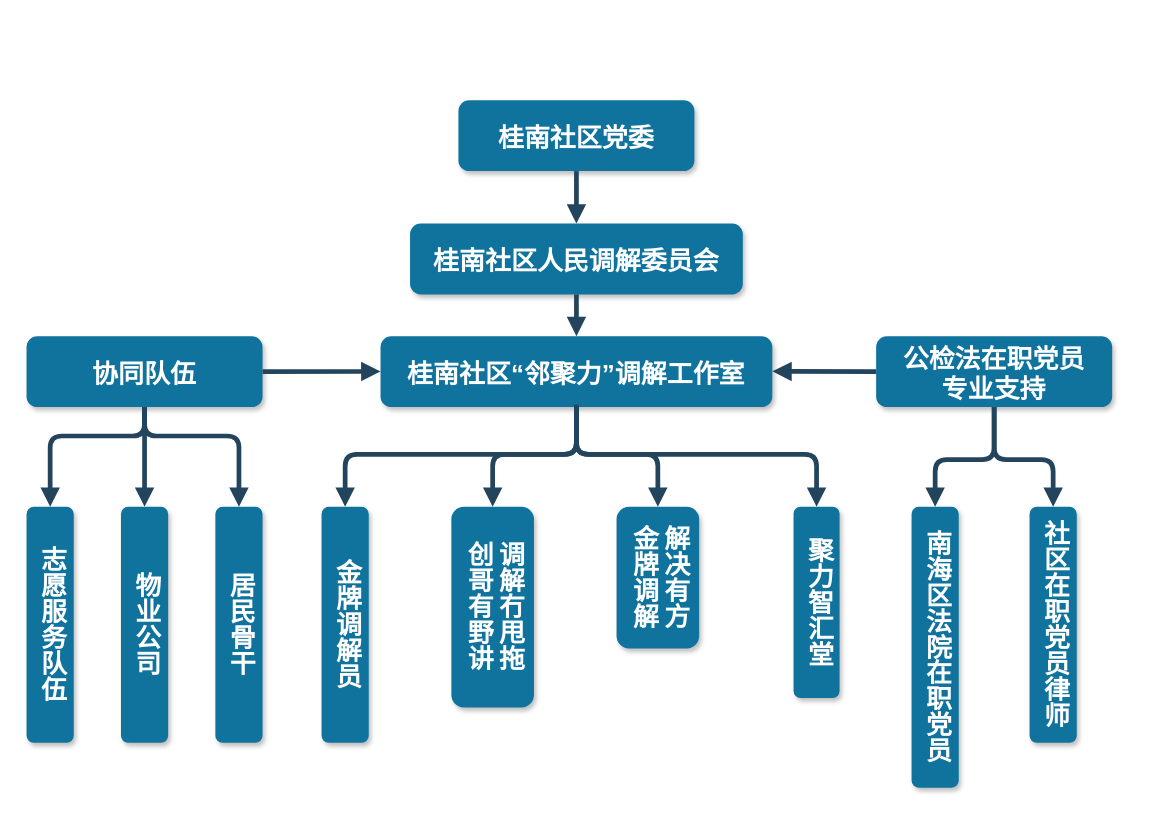
Earlier version of the draw.io diagram 组织架构图.drawio (kagamiharayouko/kagamiharayouko). Source tidied: cells renumbered, new cells numbered last; positions are measured from the earlier drawing's top-left corner, leaving out a move shared by most shapes. Both pictures are drawn from the tidied source at 118%, with x=0, y=0 at pixel (26, 100).
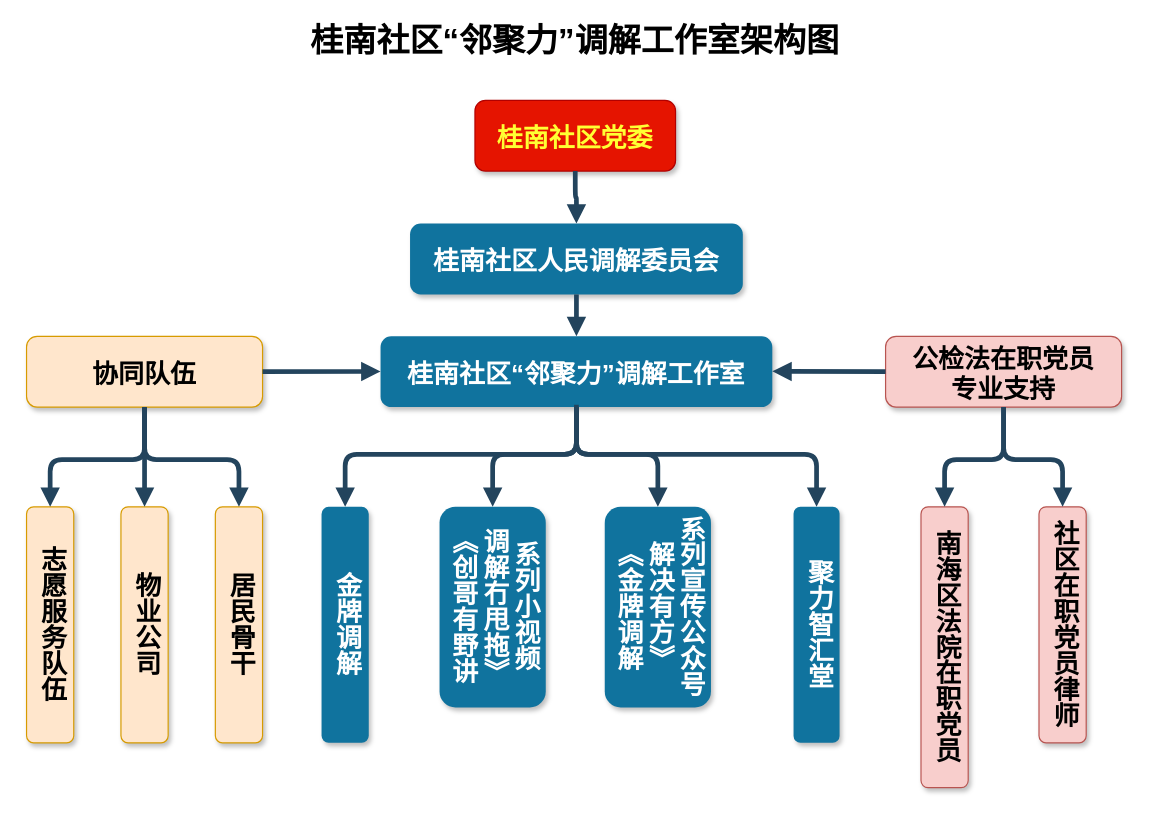
After the change.

Commit message:
更新组织架构图.drawio

The edit, as a diff of the source:
```diff
@@
-    <mxCell id="2" value="桂南社区党委" style="rounded=1;fillColor=#10739E;strokeColor=none;shadow=1;gradientColor=none;fontStyle=1;fontColor=#FFFFFF;fontSize=22;" parent="1" vertex="1">
-      <mxGeometry x="366" y="-0.5" width="200" height="60" as="geometry" />
+    <mxCell id="2" value="桂南社区党委" style="rounded=1;fillColor=#e51400;strokeColor=#B20000;shadow=1;fontStyle=1;fontColor=#FFFF33;fontSize=22;" parent="1" vertex="1">
+      <mxGeometry x="380" y="-0.5" width="170" height="60" as="geometry" />
     </mxCell>
@@
-    <mxCell id="5" value="公检法在职党员&#10;专业支持" style="rounded=1;fillColor=#10739E;strokeColor=none;shadow=1;gradientColor=none;fontStyle=1;fontColor=#FFFFFF;fontSize=22;" parent="1" vertex="1">
-      <mxGeometry x="720" y="199.5" width="200" height="60" as="geometry" />
+    <mxCell id="5" value="公检法在职党员&#10;专业支持" style="rounded=1;fillColor=#f8cecc;strokeColor=#b85450;shadow=1;fontStyle=1;fontSize=22;" parent="1" vertex="1">
+      <mxGeometry x="728" y="199.5" width="200" height="60" as="geometry" />
     </mxCell>
-    <mxCell id="6" value="金牌调解员" style="rounded=1;fillColor=#10739E;strokeColor=none;shadow=1;gradientColor=none;fontStyle=1;fontColor=#FFFFFF;fontSize=22;direction=south;horizontal=1;whiteSpace=wrap;textDirection=vertical-lr;" parent="1" vertex="1">
+    <mxCell id="6" value="金牌调解" style="rounded=1;fillColor=#10739E;strokeColor=none;shadow=1;gradientColor=none;fontStyle=1;fontColor=#FFFFFF;fontSize=22;direction=south;horizontal=1;whiteSpace=wrap;textDirection=vertical-lr;" parent="1" vertex="1">
       <mxGeometry x="250" y="344" width="40" height="200" as="geometry" />
     </mxCell>
-    <mxCell id="7" value="创哥有野讲&#10;调解冇甩拖" style="rounded=1;fillColor=#10739E;strokeColor=none;shadow=1;gradientColor=none;fontStyle=1;fontColor=#FFFFFF;fontSize=22;direction=south;whiteSpace=wrap;textDirection=vertical-lr;" parent="1" vertex="1">
-      <mxGeometry x="360" y="344" width="70" height="170" as="geometry" />
+    <mxCell id="7" value="《创哥有野讲&#10;调解冇甩拖》&#10;系列小视频" style="rounded=1;fillColor=#10739E;strokeColor=none;shadow=1;gradientColor=none;fontStyle=1;fontColor=#FFFFFF;fontSize=22;direction=south;whiteSpace=wrap;textDirection=vertical-lr;" parent="1" vertex="1">
+      <mxGeometry x="350" y="344" width="90" height="170" as="geometry" />
     </mxCell>
-    <mxCell id="8" value="金牌调解&#10;解决有方" style="rounded=1;fillColor=#10739E;strokeColor=none;shadow=1;gradientColor=none;fontStyle=1;fontColor=#FFFFFF;fontSize=22;direction=south;whiteSpace=wrap;textDirection=vertical-lr;" parent="1" vertex="1">
-      <mxGeometry x="500" y="344" width="70" height="120" as="geometry" />
+    <mxCell id="8" value="《金牌调解&#10;解决有方》&#10;系列宣传公众号" style="rounded=1;fillColor=#10739E;strokeColor=none;shadow=1;gradientColor=none;fontStyle=1;fontColor=#FFFFFF;fontSize=22;direction=south;whiteSpace=wrap;textDirection=vertical-lr;" parent="1" vertex="1">
+      <mxGeometry x="490" y="344" width="90" height="170" as="geometry" />
     </mxCell>
     <mxCell id="9" value="聚力智汇堂" style="rounded=1;fillColor=#10739E;strokeColor=none;shadow=1;gradientColor=none;fontStyle=1;fontColor=#FFFFFF;fontSize=22;direction=south;whiteSpace=wrap;textDirection=vertical-lr;" parent="1" vertex="1">
-      <mxGeometry x="650" y="344" width="39" height="162" as="geometry" />
+      <mxGeometry x="650" y="344" width="39" height="200" as="geometry" />
     </mxCell>
@@
-    <mxCell id="16" value="协同队伍" style="rounded=1;fillColor=#10739E;strokeColor=none;shadow=1;gradientColor=none;fontStyle=1;fontColor=#FFFFFF;fontSize=22;" parent="1" vertex="1">
+    <mxCell id="16" value="协同队伍" style="rounded=1;fillColor=#ffe6cc;strokeColor=#d79b00;shadow=1;fontStyle=1;fontSize=22;" parent="1" vertex="1">
       <mxGeometry y="199.5" width="200" height="60" as="geometry" />
     </mxCell>
-    <mxCell id="17" value="志愿服务队伍" style="rounded=1;fillColor=#10739E;strokeColor=none;shadow=1;gradientColor=none;fontStyle=1;fontColor=#FFFFFF;fontSize=22;direction=south;horizontal=1;whiteSpace=wrap;textDirection=vertical-lr;" parent="1" vertex="1">
+    <mxCell id="17" value="志愿服务队伍" style="rounded=1;fillColor=#ffe6cc;strokeColor=#d79b00;shadow=1;fontStyle=1;fontSize=22;direction=south;horizontal=1;whiteSpace=wrap;textDirection=vertical-lr;" parent="1" vertex="1">
       <mxGeometry y="344" width="40" height="200" as="geometry" />
     </mxCell>
-    <mxCell id="18" value="物业公司" style="rounded=1;fillColor=#10739E;strokeColor=none;shadow=1;gradientColor=none;fontStyle=1;fontColor=#FFFFFF;fontSize=22;direction=south;horizontal=1;whiteSpace=wrap;textDirection=vertical-lr;" parent="1" vertex="1">
+    <mxCell id="18" value="物业公司" style="rounded=1;fillColor=#ffe6cc;strokeColor=#d79b00;shadow=1;fontStyle=1;fontSize=22;direction=south;horizontal=1;whiteSpace=wrap;textDirection=vertical-lr;" parent="1" vertex="1">
       <mxGeometry x="80" y="344" width="40" height="200" as="geometry" />
     </mxCell>
-    <mxCell id="19" value="居民骨干" style="rounded=1;fillColor=#10739E;strokeColor=none;shadow=1;gradientColor=none;fontStyle=1;fontColor=#FFFFFF;fontSize=22;direction=south;horizontal=1;whiteSpace=wrap;textDirection=vertical-lr;" parent="1" vertex="1">
+    <mxCell id="19" value="居民骨干" style="rounded=1;fillColor=#ffe6cc;strokeColor=#d79b00;shadow=1;fontStyle=1;fontSize=22;direction=south;horizontal=1;whiteSpace=wrap;textDirection=vertical-lr;" parent="1" vertex="1">
       <mxGeometry x="160" y="344" width="40" height="200" as="geometry" />
     </mxCell>
-    <mxCell id="20" value="南海区法院在职党员" style="rounded=1;fillColor=#10739E;strokeColor=none;shadow=1;gradientColor=none;fontStyle=1;fontColor=#FFFFFF;fontSize=22;direction=south;horizontal=1;whiteSpace=wrap;textDirection=vertical-lr;" parent="1" vertex="1">
-      <mxGeometry x="750" y="344" width="40" height="238" as="geometry" />
+    <mxCell id="20" value="南海区法院在职党员" style="rounded=1;fillColor=#f8cecc;strokeColor=#b85450;shadow=1;fontStyle=1;fontSize=22;direction=south;horizontal=1;whiteSpace=wrap;textDirection=vertical-lr;" parent="1" vertex="1">
+      <mxGeometry x="758" y="344" width="40" height="238" as="geometry" />
     </mxCell>
-    <mxCell id="21" value="社区在职党员律师" style="rounded=1;fillColor=#10739E;strokeColor=none;shadow=1;gradientColor=none;fontStyle=1;fontColor=#FFFFFF;fontSize=22;direction=south;horizontal=1;whiteSpace=wrap;textDirection=vertical-lr;" parent="1" vertex="1">
-      <mxGeometry x="850" y="344" width="40" height="200" as="geometry" />
+    <mxCell id="21" value="社区在职党员律师" style="rounded=1;fillColor=#f8cecc;strokeColor=#b85450;shadow=1;fontStyle=1;fontSize=22;direction=south;horizontal=1;whiteSpace=wrap;textDirection=vertical-lr;" parent="1" vertex="1">
+      <mxGeometry x="858" y="344" width="40" height="200" as="geometry" />
     </mxCell>
@@
     <mxCell id="23" style="edgeStyle=elbowEdgeStyle;elbow=vertical;strokeWidth=4;endArrow=block;endFill=1;fontStyle=1;strokeColor=#23445D;entryX=0;entryY=0.5;entryDx=0;entryDy=0;exitX=0.5;exitY=1;exitDx=0;exitDy=0;" parent="1" edge="1" source="16" target="17">
       <mxGeometry x="22" y="165.5" as="geometry">
         <Array as="points">
-          <mxPoint x="60" y="284" />
+          <mxPoint x="60" y="304" />
         </Array>
       </mxGeometry>
     </mxCell>
     <mxCell id="24" style="edgeStyle=elbowEdgeStyle;elbow=vertical;strokeWidth=4;endArrow=block;endFill=1;fontStyle=1;strokeColor=#23445D;entryX=0;entryY=0.5;entryDx=0;entryDy=0;exitX=0.5;exitY=1;exitDx=0;exitDy=0;" parent="1" edge="1" source="16" target="19">
       <mxGeometry x="22" y="165.5" as="geometry">
         <Array as="points">
-          <mxPoint x="150" y="284" />
+          <mxPoint x="140" y="304" />
         </Array>
       </mxGeometry>
     </mxCell>
@@
     <mxCell id="26" style="edgeStyle=elbowEdgeStyle;elbow=vertical;strokeWidth=4;endArrow=block;endFill=1;fontStyle=1;strokeColor=#23445D;entryX=0;entryY=0.5;entryDx=0;entryDy=0;exitX=0.5;exitY=1;exitDx=0;exitDy=0;" parent="1" edge="1" source="5" target="21">
       <mxGeometry x="22" y="165.5" as="geometry">
         <Array as="points">
-          <mxPoint x="760" y="304" />
+          <mxPoint x="768" y="304" />
         </Array>
       </mxGeometry>
     </mxCell>
     <mxCell id="27" style="edgeStyle=elbowEdgeStyle;elbow=vertical;strokeWidth=4;endArrow=block;endFill=1;fontStyle=1;strokeColor=#23445D;entryX=0;entryY=0.5;entryDx=0;entryDy=0;exitX=0.5;exitY=1;exitDx=0;exitDy=0;" parent="1" edge="1" source="5" target="20">
       <mxGeometry x="22" y="165.5" as="geometry">
         <Array as="points">
-          <mxPoint x="720" y="304" />
+          <mxPoint x="728" y="304" />
         </Array>
       </mxGeometry>
     </mxCell>
@@
+    <mxCell id="29" value="&lt;font style=&quot;font-size: 28px;&quot;&gt;&lt;b&gt;桂南社区“邻聚力”调解工作室架构图&lt;/b&gt;&lt;/font&gt;" style="text;strokeColor=none;align=center;fillColor=none;html=1;verticalAlign=middle;whiteSpace=wrap;rounded=0;" parent="1" vertex="1">
+      <mxGeometry x="185" y="-66" width="560" height="30" as="geometry" />
+    </mxCell>
```
